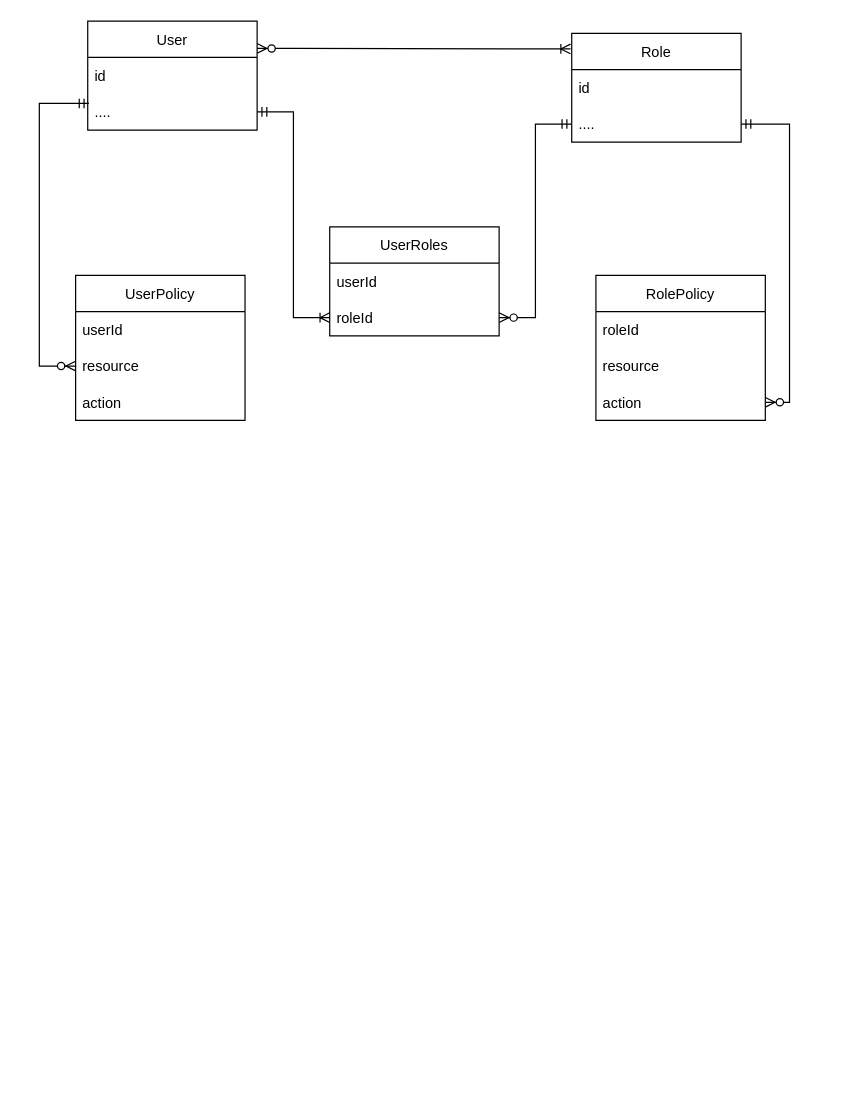
Above: page "User-Role" (4 of 4) of documents/NestJS.drawio in misostack/nestjs-typeorm (draw.io), before the change. Source tidied: cells renumbered, new cells numbered last; positions are measured from the earlier drawing's top-left corner, leaving out a move shared by most shapes. Both pictures are drawn from the tidied source at 121%, with x=0, y=0 at pixel (39, 21).
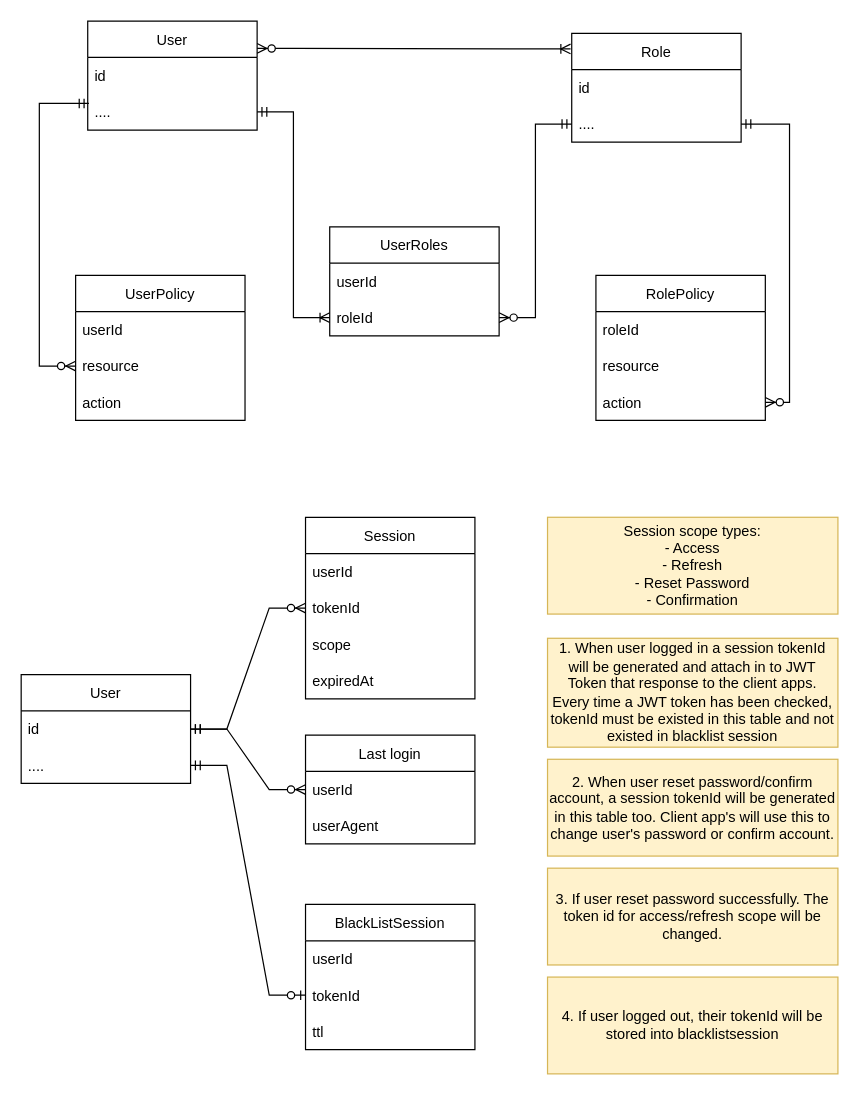
The same page after the edit.

Commit message (it also covers changes not shown here):
Design Session and token blacklist

Diff of the diagram source:
```diff
@@
+    <mxCell id="24" value="Session" style="swimlane;fontStyle=0;horizontal=1;startSize=30;gradientColor=none;" parent="1" vertex="1">
+      <mxGeometry x="220" y="410" width="140" height="150" as="geometry" />
+    </mxCell>
+    <mxCell id="25" value="userId" style="text;strokeColor=none;fillColor=none;align=left;verticalAlign=middle;spacingLeft=4;spacingRight=4;overflow=hidden;" parent="24" vertex="1">
+      <mxGeometry y="30" width="140" height="30" as="geometry" />
+    </mxCell>
+    <mxCell id="26" value="tokenId" style="text;strokeColor=none;fillColor=none;align=left;verticalAlign=middle;spacingLeft=4;spacingRight=4;overflow=hidden;points=[[0,0.5],[1,0.5]];portConstraint=eastwest;" parent="24" vertex="1">
+      <mxGeometry y="60" width="140" height="30" as="geometry" />
+    </mxCell>
+    <mxCell id="27" value="scope" style="text;strokeColor=none;fillColor=none;align=left;verticalAlign=middle;spacingLeft=4;spacingRight=4;overflow=hidden;" parent="24" vertex="1">
+      <mxGeometry y="90" width="140" height="30" as="geometry" />
+    </mxCell>
+    <mxCell id="28" value="expiredAt" style="text;strokeColor=none;fillColor=none;align=left;verticalAlign=middle;spacingLeft=4;spacingRight=4;overflow=hidden;" parent="24" vertex="1">
+      <mxGeometry y="120" width="140" height="30" as="geometry" />
+    </mxCell>
+    <mxCell id="29" value="User" style="swimlane;fontStyle=0;horizontal=1;startSize=30;gradientColor=none;" parent="1" vertex="1">
+      <mxGeometry x="-15" y="540" width="140" height="90" as="geometry" />
+    </mxCell>
+    <mxCell id="30" value="id" style="text;strokeColor=none;fillColor=none;align=left;verticalAlign=middle;spacingLeft=4;spacingRight=4;overflow=hidden;points=[[0,0.5],[1,0.5]];portConstraint=eastwest;" parent="29" vertex="1">
+      <mxGeometry y="30" width="140" height="30" as="geometry" />
+    </mxCell>
+    <mxCell id="31" value="...." style="text;strokeColor=none;fillColor=none;align=left;verticalAlign=middle;spacingLeft=4;spacingRight=4;overflow=hidden;points=[[0,0.5],[1,0.5]];portConstraint=eastwest;" parent="29" vertex="1">
+      <mxGeometry y="60" width="140" height="30" as="geometry" />
+    </mxCell>
+    <mxCell id="32" value="BlackListSession" style="swimlane;fontStyle=0;horizontal=1;startSize=30;gradientColor=none;" parent="1" vertex="1">
+      <mxGeometry x="220" y="730" width="140" height="120" as="geometry" />
+    </mxCell>
+    <mxCell id="33" value="userId" style="text;strokeColor=none;fillColor=none;align=left;verticalAlign=middle;spacingLeft=4;spacingRight=4;overflow=hidden;" parent="32" vertex="1">
+      <mxGeometry y="30" width="140" height="30" as="geometry" />
+    </mxCell>
+    <mxCell id="34" value="tokenId" style="text;strokeColor=none;fillColor=none;align=left;verticalAlign=middle;spacingLeft=4;spacingRight=4;overflow=hidden;points=[[0,0.5],[1,0.5]];portConstraint=eastwest;" parent="32" vertex="1">
+      <mxGeometry y="60" width="140" height="30" as="geometry" />
+    </mxCell>
+    <mxCell id="35" value="ttl" style="text;strokeColor=none;fillColor=none;align=left;verticalAlign=middle;spacingLeft=4;spacingRight=4;overflow=hidden;" parent="32" vertex="1">
+      <mxGeometry y="90" width="140" height="30" as="geometry" />
+    </mxCell>
+    <mxCell id="36" style="edgeStyle=entityRelationEdgeStyle;fontSize=12;html=1;endArrow=ERzeroToOne;startArrow=ERmandOne;rounded=0;exitX=1;exitY=0.5;exitDx=0;exitDy=0;entryX=0;entryY=0.5;entryDx=0;entryDy=0;" parent="1" edge="1" source="31" target="34">
+      <mxGeometry relative="1" as="geometry" />
+    </mxCell>
+    <mxCell id="37" value="Session scope types:&lt;br&gt;- Access&lt;br&gt;- Refresh&lt;br&gt;- Reset Password&lt;br&gt;- Confirmation" style="text;html=1;strokeColor=#d6b656;fillColor=#fff2cc;align=center;verticalAlign=middle;whiteSpace=wrap;rounded=0;" parent="1" vertex="1">
+      <mxGeometry x="420" y="410" width="240" height="80" as="geometry" />
+    </mxCell>
+    <mxCell id="38" value="Last login" style="swimlane;fontStyle=0;horizontal=1;startSize=30;gradientColor=none;" parent="1" vertex="1">
+      <mxGeometry x="220" y="590" width="140" height="90" as="geometry" />
+    </mxCell>
+    <mxCell id="39" value="userId" style="text;strokeColor=none;fillColor=none;align=left;verticalAlign=middle;spacingLeft=4;spacingRight=4;overflow=hidden;points=[[0,0.5],[1,0.5]];portConstraint=eastwest;" parent="38" vertex="1">
+      <mxGeometry y="30" width="140" height="30" as="geometry" />
+    </mxCell>
+    <mxCell id="40" value="userAgent" style="text;strokeColor=none;fillColor=none;align=left;verticalAlign=middle;spacingLeft=4;spacingRight=4;overflow=hidden;" parent="38" vertex="1">
+      <mxGeometry y="60" width="140" height="30" as="geometry" />
+    </mxCell>
+    <mxCell id="41" style="edgeStyle=entityRelationEdgeStyle;fontSize=12;html=1;endArrow=ERzeroToMany;startArrow=ERmandOne;rounded=0;entryX=0;entryY=0.5;entryDx=0;entryDy=0;exitX=1;exitY=0.5;exitDx=0;exitDy=0;" parent="1" edge="1" source="30" target="26">
+      <mxGeometry relative="1" as="geometry" />
+    </mxCell>
+    <mxCell id="42" style="edgeStyle=entityRelationEdgeStyle;fontSize=12;html=1;endArrow=ERzeroToMany;startArrow=ERmandOne;rounded=0;exitX=1;exitY=0.5;exitDx=0;exitDy=0;entryX=0;entryY=0.5;entryDx=0;entryDy=0;" parent="1" edge="1" source="30" target="39">
+      <mxGeometry relative="1" as="geometry" />
+    </mxCell>
+    <mxCell id="43" value="1. When user logged in a session tokenId will be generated and attach in to JWT Token that response to the client apps.&lt;br&gt;Every time a JWT token has been checked, tokenId must be existed in this table and not existed in blacklist session" style="text;html=1;strokeColor=#d6b656;fillColor=#fff2cc;align=center;verticalAlign=middle;whiteSpace=wrap;rounded=0;" parent="1" vertex="1">
+      <mxGeometry x="420" y="510" width="240" height="90" as="geometry" />
+    </mxCell>
+    <mxCell id="44" value="2. When user reset password/confirm account, a session tokenId will be generated in this table too. Client app's will use this to change user's password or confirm account." style="text;html=1;strokeColor=#d6b656;fillColor=#fff2cc;align=center;verticalAlign=middle;whiteSpace=wrap;rounded=0;" parent="1" vertex="1">
+      <mxGeometry x="420" y="610" width="240" height="80" as="geometry" />
+    </mxCell>
+    <mxCell id="45" value="3. If user reset password successfully. The token id for access/refresh scope will be changed." style="text;html=1;strokeColor=#d6b656;fillColor=#fff2cc;align=center;verticalAlign=middle;whiteSpace=wrap;rounded=0;" parent="1" vertex="1">
+      <mxGeometry x="420" y="700" width="240" height="80" as="geometry" />
+    </mxCell>
+    <mxCell id="46" value="4. If user logged out, their tokenId will be stored into blacklistsession" style="text;html=1;strokeColor=#d6b656;fillColor=#fff2cc;align=center;verticalAlign=middle;whiteSpace=wrap;rounded=0;" parent="1" vertex="1">
+      <mxGeometry x="420" y="790" width="240" height="80" as="geometry" />
+    </mxCell>
```
